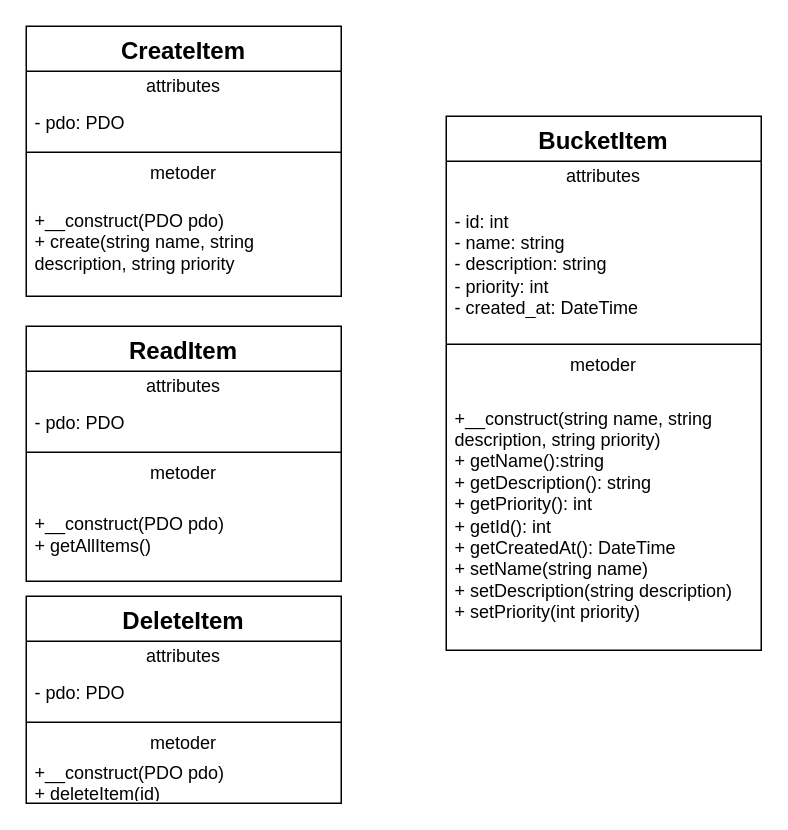
This is diagramsAndSql/bucketlist-uml.drawio from Kiim94/Uppg2-PHP, a draw.io file, before an edit. Source tidied: cells renumbered, new cells numbered last; positions are measured from the earlier drawing's top-left corner, leaving out a move shared by most shapes. Both pictures are drawn from the tidied source at 150%, with x=0, y=0 at pixel (26, 26).
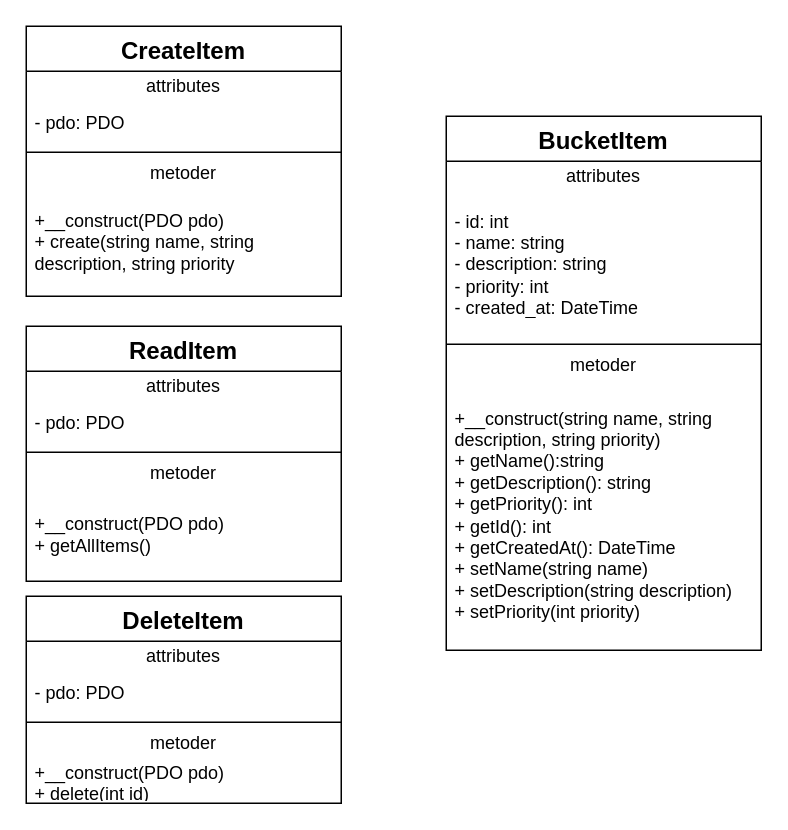
After the change.

Unchanged cells that the change refers to:
```xml
<mxCell id="20" value="&lt;font style=&quot;font-size: 16px;&quot;&gt;&lt;b&gt;DeleteItem&lt;/b&gt;&lt;/font&gt;" style="swimlane;fontStyle=0;align=center;verticalAlign=top;horizontal=1;startSize=30;html=1;whiteSpace=wrap;" parent="1" vertex="1">
  <mxGeometry y="380" width="210" height="138" as="geometry" />
</mxCell>
```

Diff of the diagram source:
```diff
@@
-<mxGraphModel>
+<mxGraphModel background="light-dark(#FFFFFF,#121212)">
@@
-    <mxCell id="25" value="+__construct(PDO pdo)&lt;div&gt;+ deleteItem(id)&lt;/div&gt;" style="text;html=1;strokeColor=none;fillColor=none;align=left;verticalAlign=middle;spacingLeft=4;spacingRight=4;overflow=hidden;whiteSpace=wrap;" parent="20" vertex="1">
+    <mxCell id="25" value="+__construct(PDO pdo)&lt;div&gt;+ delete(int id)&lt;/div&gt;" style="text;html=1;strokeColor=none;fillColor=none;align=left;verticalAlign=middle;spacingLeft=4;spacingRight=4;overflow=hidden;whiteSpace=wrap;" parent="20" vertex="1">
       <mxGeometry y="108" width="210" height="30" as="geometry" />
     </mxCell>
```
